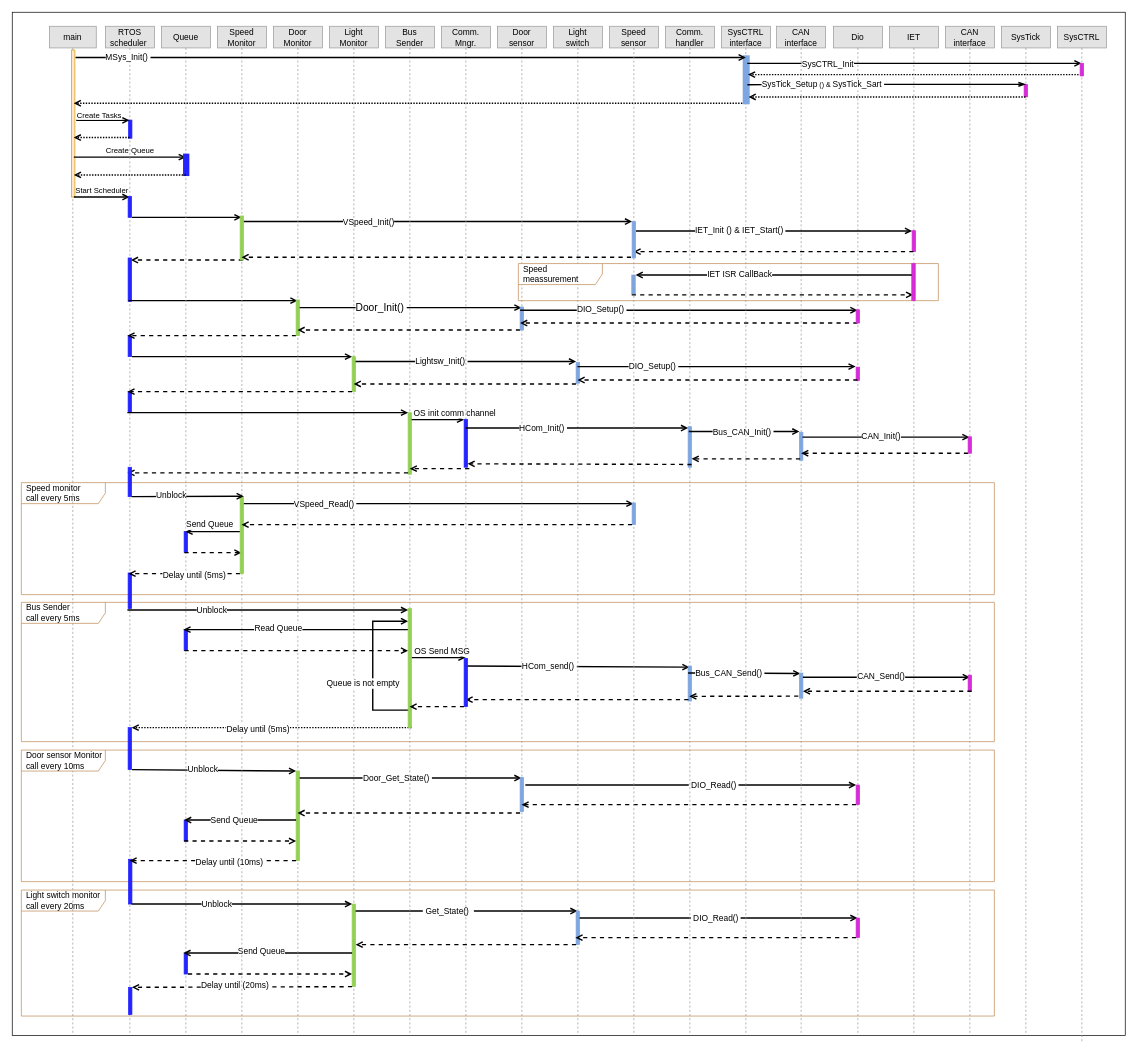
The draw.io diagram page "ECU 1" (1 of 12) of 2-Automotive_Door_Monitor_Dynamic_Deesign-Page.drawio in Mohamed-abdullah-hassan/EG-FWD_Automotive_door_control, before the edit. Source tidied: cells renumbered, new cells numbered last; positions are measured from the earlier drawing's top-left corner, leaving out a move shared by most shapes. Both pictures are drawn from the tidied source at 70%, with x=0, y=0 at pixel (12, 12).
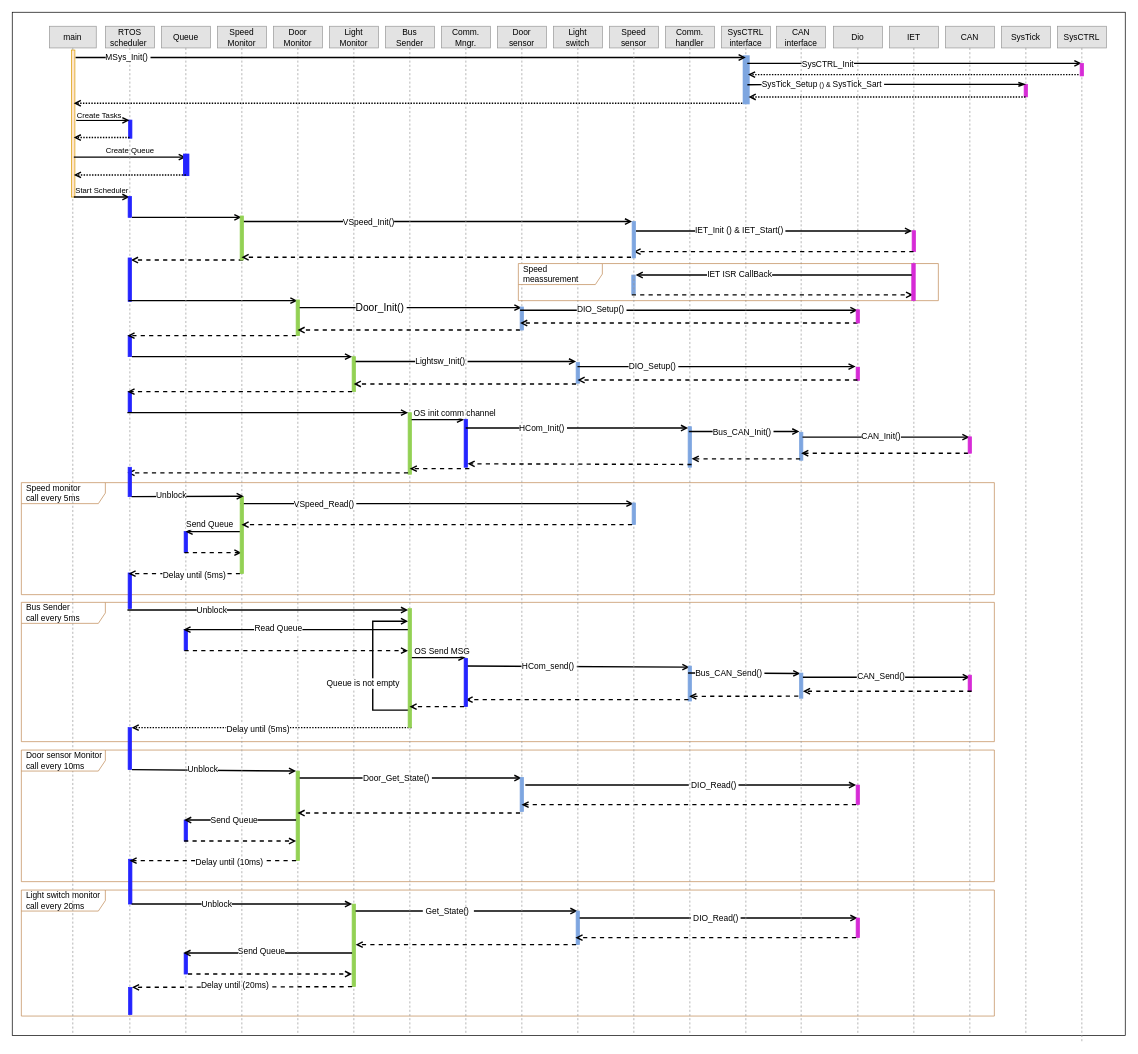
The same diagram, later.

The change refers to these unchanged cells:
```xml
<mxCell id="2" style="rounded=0;whiteSpace=wrap;html=1;" parent="1" vertex="1">
  <mxGeometry width="1590" height="1462" as="geometry" />
</mxCell>
```

What changed in the source:
```diff
@@
-    <mxCell id="143" value="CAN interface" style="shape=umlLifeline;perimeter=lifelinePerimeter;whiteSpace=wrap;html=1;outlineConnect=0;size=31;fillColor=#E3E3E3;strokeColor=#999999;" parent="2" vertex="1">
+    <mxCell id="143" value="CAN" style="shape=umlLifeline;perimeter=lifelinePerimeter;whiteSpace=wrap;html=1;outlineConnect=0;size=31;fillColor=#E3E3E3;strokeColor=#999999;" parent="2" vertex="1">
       <mxGeometry x="1333" y="20" width="70" height="1440" as="geometry" />
     </mxCell>
```
